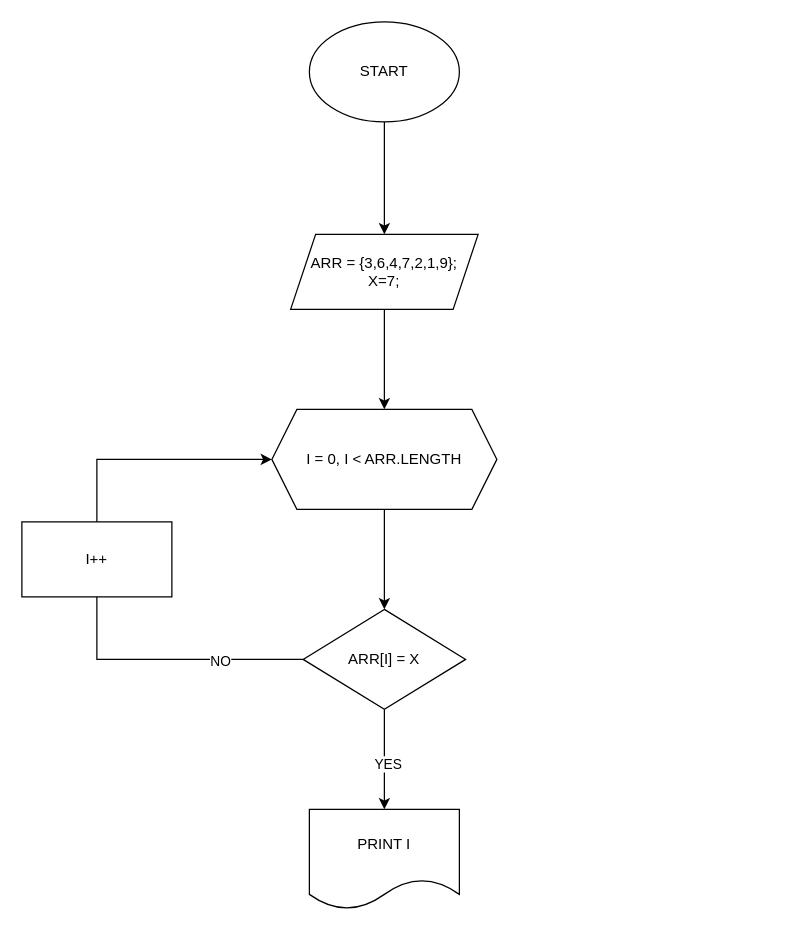
Earlier version of the draw.io diagram page "Page-1" (1 of 2) of FirstHomework.drawio (Logosorfe/Algorithms). Source tidied: cells renumbered, new cells numbered last; positions are measured from the earlier drawing's top-left corner, leaving out a move shared by most shapes. Both pictures are drawn from the tidied source at 125%, with x=0, y=0 at pixel (21, 21).
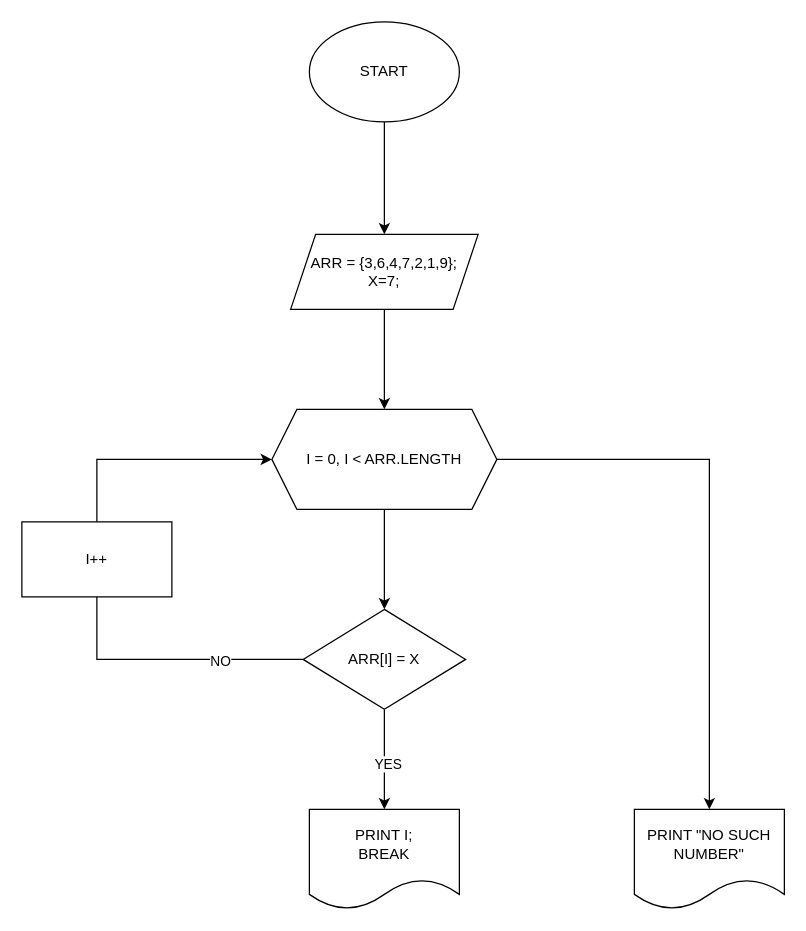
The same diagram, later.

Diff of the diagram source:
```diff
@@
 <mxGraphModel>
   <root>
     <mxCell id="0" />
     <mxCell id="1" parent="0" />
     <mxCell id="2" style="edgeStyle=orthogonalEdgeStyle;rounded=0;jettySize=auto;html=1;" parent="1" edge="1" source="3" target="5">
       <mxGeometry relative="1" as="geometry" />
     </mxCell>
     <mxCell id="3" value="START" style="ellipse;whiteSpace=wrap;html=1;" parent="1" vertex="1">
       <mxGeometry x="230" width="120" height="80" as="geometry" />
     </mxCell>
     <mxCell id="4" style="edgeStyle=orthogonalEdgeStyle;rounded=0;jettySize=auto;html=1;" parent="1" edge="1" source="5">
       <mxGeometry relative="1" as="geometry">
         <mxPoint x="290" y="310" as="targetPoint" />
       </mxGeometry>
     </mxCell>
     <mxCell id="5" value="ARR = {3,6,4,7,2,1,9};&lt;div&gt;X=7;&lt;/div&gt;" style="shape=parallelogram;perimeter=parallelogramPerimeter;whiteSpace=wrap;html=1;fixedSize=1;" parent="1" vertex="1">
       <mxGeometry x="215" y="170" width="150" height="60" as="geometry" />
     </mxCell>
     <mxCell id="6" style="edgeStyle=orthogonalEdgeStyle;rounded=0;jettySize=auto;html=1;" parent="1" edge="1" source="7" target="12">
       <mxGeometry relative="1" as="geometry" />
     </mxCell>
+    <mxCell id="15" style="edgeStyle=orthogonalEdgeStyle;rounded=0;jettySize=auto;html=1;" parent="1" edge="1" source="7" target="16">
+      <mxGeometry relative="1" as="geometry" />
+    </mxCell>
     <mxCell id="7" value="I = 0, I &amp;lt; ARR.LENGTH" style="shape=hexagon;perimeter=hexagonPerimeter2;whiteSpace=wrap;html=1;fixedSize=1;" parent="1" vertex="1">
       <mxGeometry x="200" y="310" width="180" height="80" as="geometry" />
     </mxCell>
     <mxCell id="8" style="edgeStyle=orthogonalEdgeStyle;rounded=0;jettySize=auto;html=1;" parent="1" edge="1" source="12" target="13">
       <mxGeometry relative="1" as="geometry" />
     </mxCell>
     <mxCell id="9" value="YES" style="edgeLabel;html=1;align=center;verticalAlign=middle;" parent="8" vertex="1">
       <mxGeometry x="0.07" y="2" relative="1" as="geometry" />
     </mxCell>
     <mxCell id="10" style="edgeStyle=orthogonalEdgeStyle;rounded=0;jettySize=auto;html=1;entryX=0;entryY=0.5;entryDx=0;entryDy=0;" parent="1" edge="1" source="12" target="7">
       <mxGeometry relative="1" as="geometry">
         <Array as="points">
           <mxPoint x="60" y="510" />
           <mxPoint x="60" y="350" />
         </Array>
       </mxGeometry>
     </mxCell>
     <mxCell id="11" value="NO" style="edgeLabel;html=1;align=center;verticalAlign=middle;" parent="10" vertex="1">
       <mxGeometry x="-0.71" y="1" relative="1" as="geometry" />
     </mxCell>
     <mxCell id="12" value="ARR[I] = X" style="rhombus;whiteSpace=wrap;html=1;" parent="1" vertex="1">
       <mxGeometry x="225" y="470" width="130" height="80" as="geometry" />
     </mxCell>
-    <mxCell id="13" value="PRINT I" style="shape=document;whiteSpace=wrap;html=1;boundedLbl=1;" parent="1" vertex="1">
+    <mxCell id="13" value="PRINT I;&lt;div&gt;BREAK&lt;/div&gt;" style="shape=document;whiteSpace=wrap;html=1;boundedLbl=1;" parent="1" vertex="1">
       <mxGeometry x="230" y="630" width="120" height="80" as="geometry" />
     </mxCell>
     <mxCell id="14" value="I++" style="rounded=0;whiteSpace=wrap;html=1;" parent="1" vertex="1">
       <mxGeometry y="400" width="120" height="60" as="geometry" />
     </mxCell>
+    <mxCell id="16" value="PRINT &quot;NO SUCH NUMBER&quot;" style="shape=document;whiteSpace=wrap;html=1;boundedLbl=1;" parent="1" vertex="1">
+      <mxGeometry x="490" y="630" width="120" height="80" as="geometry" />
+    </mxCell>
   </root>
 </mxGraphModel>
```
